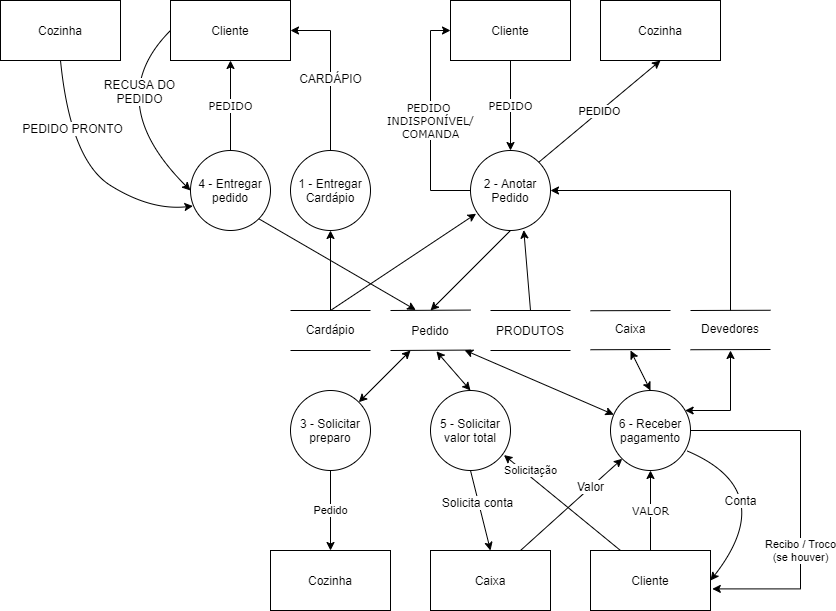
Earlier version of the draw.io export docs/ARTEFATOS(15-23)/ATENDIMENTO/DFD_ATENDIMENTO.png (Darienzo08/ope_ads). Source tidied: cells renumbered, new cells last; positions are measured from the earlier drawing's top-left corner, leaving out a move shared by most shapes.
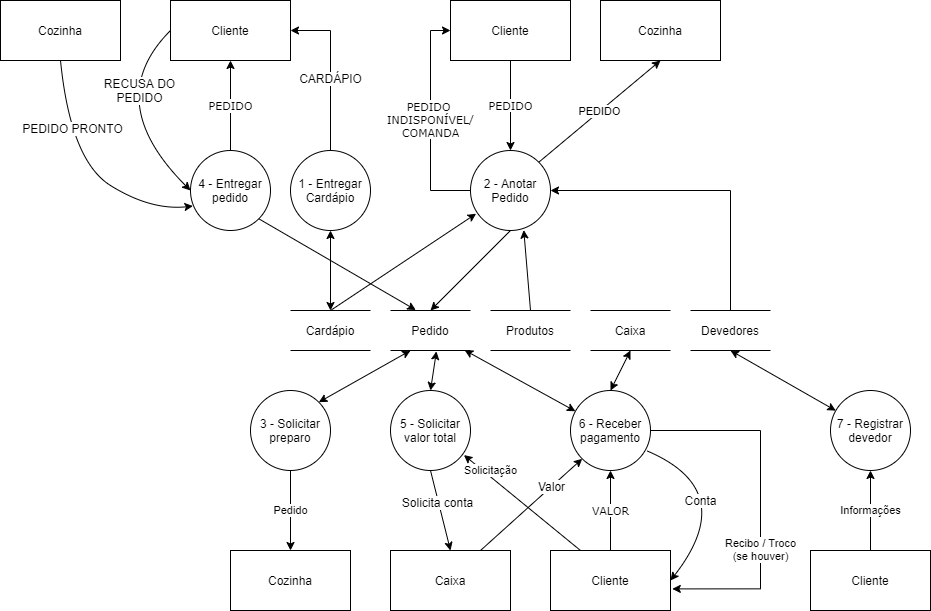
Above is the later version.

Diff of the diagram source:
```diff
@@ -2,162 +2,85 @@
   <root>
     <mxCell id="0" />
     <mxCell id="1" parent="0" />
-    <mxCell id="2" style="endArrow=none;html=1;" parent="1" edge="1">
-      <mxGeometry relative="1" as="geometry">
-        <mxPoint x="290" y="310" as="sourcePoint" />
-        <mxPoint x="370" y="310" as="targetPoint" />
-      </mxGeometry>
-    </mxCell>
-    <mxCell id="3" style="endArrow=none;html=1;" parent="1" edge="1">
-      <mxGeometry relative="1" as="geometry">
-        <mxPoint x="290" y="350" as="sourcePoint" />
-        <mxPoint x="370" y="350" as="targetPoint" />
-      </mxGeometry>
-    </mxCell>
-    <mxCell id="4" style="edgeStyle=orthogonalEdgeStyle;rounded=0;jettySize=auto;html=1;entryX=0.5;entryY=1;entryDx=0;entryDy=0;" parent="1" edge="1" target="38">
+    <mxCell id="4" style="edgeStyle=orthogonalEdgeStyle;rounded=0;jettySize=auto;html=1;entryX=0.5;entryY=1;entryDx=0;entryDy=0;startArrow=classic;startFill=1;" parent="1" edge="1" target="38">
       <mxGeometry relative="1" as="geometry">
-        <mxPoint x="330" y="310" as="sourcePoint" />
+        <mxPoint x="140" y="300" as="sourcePoint" />
       </mxGeometry>
     </mxCell>
-    <mxCell id="5" value="Cardápio" style="text;html=1;strokeColor=none;fillColor=none;align=center;verticalAlign=middle;whiteSpace=wrap;rounded=0;" parent="1" vertex="1">
-      <mxGeometry x="290" y="319.1" width="80" height="20" as="geometry" />
-    </mxCell>
-    <mxCell id="6" style="endArrow=none;html=1;exitX=0;exitY=0;exitDx=0;exitDy=0;" parent="1" edge="1" source="8">
-      <mxGeometry relative="1" as="geometry">
-        <mxPoint x="470" y="309.6" as="targetPoint" />
-      </mxGeometry>
-    </mxCell>
-    <mxCell id="7" style="endArrow=none;html=1;exitX=0;exitY=1;exitDx=0;exitDy=0;" parent="1" edge="1" source="8">
-      <mxGeometry relative="1" as="geometry">
-        <mxPoint x="470" y="349.6" as="targetPoint" />
-      </mxGeometry>
-    </mxCell>
-    <mxCell id="8" value="Pedido" style="text;html=1;strokeColor=none;fillColor=none;align=center;verticalAlign=middle;whiteSpace=wrap;rounded=0;" parent="1" vertex="1">
-      <mxGeometry x="390" y="310" width="80" height="40" as="geometry" />
-    </mxCell>
     <mxCell id="9" value="PEDIDO" style="edgeStyle=orthogonalEdgeStyle;rounded=0;jettySize=auto;html=1;entryX=0.5;entryY=0;entryDx=0;entryDy=0;fontFamily=Verdana;" parent="1" edge="1" source="10" target="12">
       <mxGeometry relative="1" as="geometry" />
     </mxCell>
     <mxCell id="10" value="Cliente" style="rounded=0;whiteSpace=wrap;html=1;" parent="1" vertex="1">
-      <mxGeometry x="450" width="120" height="60" as="geometry" />
+      <mxGeometry x="260" y="-10" width="120" height="60" as="geometry" />
     </mxCell>
     <mxCell id="11" value="&lt;div&gt;PEDIDO &lt;br&gt;&lt;/div&gt;&lt;div&gt;INDISPONÍVEL/&lt;/div&gt;&lt;div&gt;COMANDA&lt;br&gt;&lt;/div&gt;" style="edgeStyle=orthogonalEdgeStyle;rounded=0;jettySize=auto;html=1;entryX=0;entryY=0.5;entryDx=0;entryDy=0;fontColor=#000000;fontFamily=Verdana;" parent="1" edge="1" source="12" target="10">
       <mxGeometry relative="1" as="geometry">
         <Array as="points">
-          <mxPoint x="430" y="190" />
-          <mxPoint x="430" y="30" />
+          <mxPoint x="240" y="180" />
+          <mxPoint x="240" y="20" />
         </Array>
       </mxGeometry>
     </mxCell>
     <mxCell id="12" value="2 - Anotar Pedido" style="ellipse;whiteSpace=wrap;html=1;" parent="1" vertex="1">
-      <mxGeometry x="470" y="150" width="80" height="80" as="geometry" />
+      <mxGeometry x="280" y="140" width="80" height="80" as="geometry" />
     </mxCell>
     <mxCell id="13" style="endArrow=classic;html=1;entryX=0.07;entryY=0.79;entryDx=0;entryDy=0;entryPerimeter=0;" parent="1" edge="1" target="12">
       <mxGeometry relative="1" as="geometry">
-        <mxPoint x="330" y="310" as="sourcePoint" />
+        <mxPoint x="140" y="300" as="sourcePoint" />
       </mxGeometry>
     </mxCell>
-    <mxCell id="14" style="endArrow=none;html=1;" parent="1" edge="1">
-      <mxGeometry relative="1" as="geometry">
-        <mxPoint x="490" y="310" as="sourcePoint" />
-        <mxPoint x="570" y="310" as="targetPoint" />
-      </mxGeometry>
-    </mxCell>
-    <mxCell id="15" style="endArrow=none;html=1;" parent="1" edge="1">
-      <mxGeometry relative="1" as="geometry">
-        <mxPoint x="490" y="350" as="sourcePoint" />
-        <mxPoint x="570" y="350" as="targetPoint" />
-      </mxGeometry>
-    </mxCell>
-    <mxCell id="16" value="PRODUTOS" style="text;html=1;strokeColor=none;fillColor=none;align=center;verticalAlign=middle;whiteSpace=wrap;rounded=0;" parent="1" vertex="1">
-      <mxGeometry x="490" y="320" width="80" height="20" as="geometry" />
-    </mxCell>
     <mxCell id="17" value="&lt;font face=&quot;Verdana&quot;&gt;PEDIDO&lt;/font&gt;" style="edgeStyle=orthogonalEdgeStyle;rounded=0;jettySize=auto;html=1;entryX=0.5;entryY=1;entryDx=0;entryDy=0;" parent="1" edge="1" source="18" target="19">
       <mxGeometry relative="1" as="geometry" />
     </mxCell>
     <mxCell id="18" value="4 - Entregar pedido" style="ellipse;whiteSpace=wrap;html=1;" parent="1" vertex="1">
-      <mxGeometry x="190" y="150" width="80" height="80" as="geometry" />
+      <mxGeometry y="140" width="80" height="80" as="geometry" />
     </mxCell>
     <mxCell id="19" value="Cliente" style="rounded=0;whiteSpace=wrap;html=1;" parent="1" vertex="1">
-      <mxGeometry x="170" width="120" height="60" as="geometry" />
+      <mxGeometry x="-20" y="-10" width="120" height="60" as="geometry" />
     </mxCell>
-    <mxCell id="20" style="endArrow=none;html=1;" parent="1" edge="1">
-      <mxGeometry relative="1" as="geometry">
-        <mxPoint x="590" y="310.2" as="sourcePoint" />
-        <mxPoint x="670" y="310" as="targetPoint" />
-      </mxGeometry>
-    </mxCell>
-    <mxCell id="21" style="endArrow=none;html=1;" parent="1" edge="1">
-      <mxGeometry relative="1" as="geometry">
-        <mxPoint x="590" y="349.2" as="sourcePoint" />
-        <mxPoint x="670" y="349" as="targetPoint" />
-      </mxGeometry>
-    </mxCell>
-    <mxCell id="22" value="Caixa" style="text;html=1;strokeColor=none;fillColor=none;align=center;verticalAlign=middle;whiteSpace=wrap;rounded=0;" parent="1" vertex="1">
-      <mxGeometry x="590" y="317.8" width="80" height="20" as="geometry" />
-    </mxCell>
     <mxCell id="23" value="VALOR" style="edgeStyle=orthogonalEdgeStyle;rounded=0;jettySize=auto;html=1;entryX=0.5;entryY=1;entryDx=0;entryDy=0;fontFamily=Verdana;" parent="1" edge="1" source="24" target="27">
       <mxGeometry relative="1" as="geometry" />
     </mxCell>
     <mxCell id="24" value="Cliente" style="rounded=0;whiteSpace=wrap;html=1;" parent="1" vertex="1">
-      <mxGeometry x="590" y="550" width="120" height="60" as="geometry" />
+      <mxGeometry x="360" y="540" width="120" height="60" as="geometry" />
     </mxCell>
-    <mxCell id="25" style="edgeStyle=orthogonalEdgeStyle;rounded=0;jettySize=auto;html=1;startArrow=classic;startFill=1;" parent="1" edge="1" source="27">
-      <mxGeometry relative="1" as="geometry">
-        <mxPoint x="730" y="350" as="targetPoint" />
-        <Array as="points">
-          <mxPoint x="730" y="410" />
-        </Array>
-      </mxGeometry>
-    </mxCell>
     <mxCell id="26" value="Recibo / Troco&lt;br&gt;(se houver)" style="edgeStyle=orthogonalEdgeStyle;rounded=0;jettySize=auto;html=1;entryX=1.015;entryY=0.64;entryDx=0;entryDy=0;entryPerimeter=0;" parent="1" edge="1" source="27" target="24">
       <mxGeometry x="0.29" relative="1" as="geometry">
         <Array as="points">
-          <mxPoint x="800" y="430" />
-          <mxPoint x="800" y="588" />
+          <mxPoint x="570" y="420" />
+          <mxPoint x="570" y="578" />
         </Array>
       </mxGeometry>
     </mxCell>
     <mxCell id="27" value="&lt;div&gt;6 - Receber&lt;/div&gt;&lt;div&gt;pagamento&lt;br&gt;&lt;/div&gt;" style="ellipse;whiteSpace=wrap;html=1;" parent="1" vertex="1">
-      <mxGeometry x="610" y="390" width="80" height="80" as="geometry" />
+      <mxGeometry x="380" y="380" width="80" height="80" as="geometry" />
     </mxCell>
-    <mxCell id="28" style="endArrow=classic;html=1;exitX=0.926;exitY=0.991;exitDx=0;exitDy=0;exitPerimeter=0;startArrow=classic;startFill=1;" parent="1" edge="1" source="8" target="27">
-      <mxGeometry relative="1" as="geometry" />
+    <mxCell id="28" style="endArrow=classic;html=1;exitX=0.926;exitY=0.991;exitDx=0;exitDy=0;exitPerimeter=0;startArrow=classic;startFill=1;" parent="1" edge="1" target="27">
+      <mxGeometry relative="1" as="geometry">
+        <mxPoint x="274.1" y="339.6" as="sourcePoint" />
+      </mxGeometry>
     </mxCell>
-    <mxCell id="29" style="endArrow=classic;html=1;fontFamily=Verdana;fontColor=#000000;exitX=0.5;exitY=1;exitDx=0;exitDy=0;entryX=0.5;entryY=0;entryDx=0;entryDy=0;" parent="1" edge="1" source="12" target="8">
-      <mxGeometry relative="1" as="geometry" />
+    <mxCell id="29" style="endArrow=classic;html=1;fontFamily=Verdana;fontColor=#000000;exitX=0.5;exitY=1;exitDx=0;exitDy=0;entryX=0.5;entryY=0;entryDx=0;entryDy=0;" parent="1" edge="1" source="12">
+      <mxGeometry relative="1" as="geometry">
+        <mxPoint x="240" y="300" as="targetPoint" />
+      </mxGeometry>
     </mxCell>
     <mxCell id="30" style="endArrow=classic;html=1;fontFamily=Verdana;fontColor=#000000;entryX=0.666;entryY=0.995;entryDx=0;entryDy=0;entryPerimeter=0;" parent="1" edge="1" target="12">
       <mxGeometry relative="1" as="geometry">
-        <mxPoint x="530" y="310" as="sourcePoint" />
+        <mxPoint x="340" y="300" as="sourcePoint" />
       </mxGeometry>
     </mxCell>
-    <mxCell id="31" style="endArrow=none;html=1;" parent="1" edge="1">
-      <mxGeometry relative="1" as="geometry">
-        <mxPoint x="690" y="310" as="sourcePoint" />
-        <mxPoint x="770" y="309.8" as="targetPoint" />
-      </mxGeometry>
-    </mxCell>
-    <mxCell id="32" style="endArrow=none;html=1;" parent="1" edge="1">
-      <mxGeometry relative="1" as="geometry">
-        <mxPoint x="690" y="349.2" as="sourcePoint" />
-        <mxPoint x="770" y="349" as="targetPoint" />
-      </mxGeometry>
-    </mxCell>
     <mxCell id="33" style="edgeStyle=orthogonalEdgeStyle;rounded=0;jettySize=auto;html=1;entryX=1;entryY=0.5;entryDx=0;entryDy=0;" parent="1" edge="1" target="12">
       <mxGeometry relative="1" as="geometry">
-        <mxPoint x="730" y="310" as="sourcePoint" />
+        <mxPoint x="540" y="300" as="sourcePoint" />
         <Array as="points">
-          <mxPoint x="730" y="190" />
+          <mxPoint x="540" y="180" />
         </Array>
       </mxGeometry>
     </mxCell>
-    <mxCell id="34" value="Devedores" style="text;html=1;strokeColor=none;fillColor=none;align=center;verticalAlign=middle;whiteSpace=wrap;rounded=0;" parent="1" vertex="1">
-      <mxGeometry x="690" y="317.8" width="80" height="20" as="geometry" />
-    </mxCell>
     <mxCell id="35" style="endArrow=classic;html=1;exitX=0.5;exitY=0;exitDx=0;exitDy=0;startArrow=classic;startFill=1;" parent="1" edge="1" source="27">
       <mxGeometry relative="1" as="geometry">
-        <mxPoint x="630" y="350" as="targetPoint" />
+        <mxPoint x="440" y="340" as="targetPoint" />
       </mxGeometry>
     </mxCell>
     <mxCell id="36" style="edgeStyle=orthogonalEdgeStyle;rounded=0;jettySize=auto;html=1;entryX=1;entryY=0.5;entryDx=0;entryDy=0;" parent="1" edge="1" source="38" target="19">
@@ -167,10 +90,10 @@
       <mxGeometry x="-0.09" y="1" relative="1" as="geometry" />
     </mxCell>
     <mxCell id="38" value="1 - Entregar&lt;br&gt;Cardápio" style="ellipse;whiteSpace=wrap;html=1;" parent="1" vertex="1">
-      <mxGeometry x="290" y="150" width="80" height="80" as="geometry" />
+      <mxGeometry x="100" y="140" width="80" height="80" as="geometry" />
     </mxCell>
     <mxCell id="39" value="Cozinha" style="rounded=0;whiteSpace=wrap;html=1;" parent="1" vertex="1">
-      <mxGeometry x="600" width="120" height="60" as="geometry" />
+      <mxGeometry x="410" y="-10" width="120" height="60" as="geometry" />
     </mxCell>
     <mxCell id="40" value="PEDIDO" style="endArrow=classic;html=1;entryX=0.5;entryY=1;entryDx=0;entryDy=0;exitX=1;exitY=0;exitDx=0;exitDy=0;" parent="1" edge="1" source="12" target="39">
       <mxGeometry relative="1" as="geometry" />
@@ -178,7 +101,7 @@
     <mxCell id="41" style="curved=1;endArrow=classic;html=1;exitX=0;exitY=0.5;exitDx=0;exitDy=0;entryX=0;entryY=0.5;entryDx=0;entryDy=0;" parent="1" edge="1" source="19" target="18">
       <mxGeometry relative="1" as="geometry">
         <Array as="points">
-          <mxPoint x="100" y="100" />
+          <mxPoint x="-90" y="90" />
         </Array>
       </mxGeometry>
     </mxCell>
@@ -186,46 +109,50 @@
       <mxGeometry x="-0.42" y="20" relative="1" as="geometry" />
     </mxCell>
     <mxCell id="43" value="Cozinha" style="rounded=0;whiteSpace=wrap;html=1;" parent="1" vertex="1">
-      <mxGeometry width="120" height="60" as="geometry" />
+      <mxGeometry x="-190" y="-10" width="120" height="60" as="geometry" />
     </mxCell>
     <mxCell id="44" style="curved=1;endArrow=classic;html=1;exitX=0.5;exitY=1;exitDx=0;exitDy=0;entryX=0.03;entryY=0.695;entryDx=0;entryDy=0;entryPerimeter=0;" parent="1" edge="1" source="43" target="18">
       <mxGeometry relative="1" as="geometry">
         <Array as="points">
-          <mxPoint x="70" y="160" />
-          <mxPoint x="150" y="210" />
+          <mxPoint x="-120" y="150" />
+          <mxPoint x="-40" y="200" />
         </Array>
       </mxGeometry>
     </mxCell>
     <mxCell id="45" value="PEDIDO PRONTO" style="text;html=1;align=center;verticalAlign=middle;labelBackgroundColor=#ffffff;" parent="44" vertex="1">
       <mxGeometry x="-0.43" y="5" relative="1" as="geometry" />
     </mxCell>
-    <mxCell id="46" style="endArrow=classic;html=1;entryX=0.316;entryY=-0.012;entryDx=0;entryDy=0;entryPerimeter=0;exitX=1;exitY=1;exitDx=0;exitDy=0;" parent="1" edge="1" source="18" target="8">
-      <mxGeometry relative="1" as="geometry" />
+    <mxCell id="46" style="endArrow=classic;html=1;entryX=0.316;entryY=-0.012;entryDx=0;entryDy=0;entryPerimeter=0;exitX=1;exitY=1;exitDx=0;exitDy=0;" parent="1" edge="1" source="18">
+      <mxGeometry relative="1" as="geometry">
+        <mxPoint x="225.3" y="299.5" as="targetPoint" />
+      </mxGeometry>
     </mxCell>
     <mxCell id="47" value="Pedido" style="edgeStyle=orthogonalEdgeStyle;rounded=0;jettySize=auto;html=1;entryX=0.5;entryY=0;entryDx=0;entryDy=0;" parent="1" edge="1" source="48" target="50">
       <mxGeometry relative="1" as="geometry" />
     </mxCell>
     <mxCell id="48" value="3 - Solicitar&lt;br&gt;preparo" style="ellipse;whiteSpace=wrap;html=1;" parent="1" vertex="1">
-      <mxGeometry x="290" y="390" width="80" height="80" as="geometry" />
+      <mxGeometry x="60" y="380" width="80" height="80" as="geometry" />
     </mxCell>
     <mxCell id="49" style="endArrow=classic;startArrow=classic;html=1;exitX=1;exitY=0;exitDx=0;exitDy=0;" parent="1" edge="1" source="48">
       <mxGeometry relative="1" as="geometry">
-        <mxPoint x="410" y="350" as="targetPoint" />
+        <mxPoint x="220" y="340" as="targetPoint" />
       </mxGeometry>
     </mxCell>
     <mxCell id="50" value="Cozinha" style="rounded=0;whiteSpace=wrap;html=1;" parent="1" vertex="1">
-      <mxGeometry x="270" y="550" width="120" height="60" as="geometry" />
+      <mxGeometry x="40" y="540" width="120" height="60" as="geometry" />
     </mxCell>
     <mxCell id="51" value="5 - Solicitar&lt;br&gt;valor total" style="ellipse;whiteSpace=wrap;html=1;" parent="1" vertex="1">
-      <mxGeometry x="430" y="390" width="80" height="80" as="geometry" />
+      <mxGeometry x="200" y="380" width="80" height="80" as="geometry" />
     </mxCell>
-    <mxCell id="52" style="endArrow=classic;startArrow=classic;html=1;entryX=0.574;entryY=1.022;entryDx=0;entryDy=0;entryPerimeter=0;exitX=0.5;exitY=0;exitDx=0;exitDy=0;" parent="1" edge="1" source="51" target="8">
-      <mxGeometry relative="1" as="geometry" />
+    <mxCell id="52" style="endArrow=classic;startArrow=classic;html=1;entryX=0.574;entryY=1.022;entryDx=0;entryDy=0;entryPerimeter=0;exitX=0.5;exitY=0;exitDx=0;exitDy=0;" parent="1" edge="1" source="51">
+      <mxGeometry relative="1" as="geometry">
+        <mxPoint x="245.9" y="340.9" as="targetPoint" />
+      </mxGeometry>
     </mxCell>
     <mxCell id="53" style="curved=1;endArrow=classic;html=1;exitX=0.954;exitY=0.754;exitDx=0;exitDy=0;entryX=1;entryY=0.5;entryDx=0;entryDy=0;exitPerimeter=0;" parent="1" edge="1" source="27" target="24">
       <mxGeometry relative="1" as="geometry">
         <Array as="points">
-          <mxPoint x="780" y="490" />
+          <mxPoint x="550" y="480" />
         </Array>
       </mxGeometry>
     </mxCell>
@@ -235,7 +162,7 @@
       </mxGeometry>
     </mxCell>
     <mxCell id="55" value="Caixa" style="rounded=0;whiteSpace=wrap;html=1;" parent="1" vertex="1">
-      <mxGeometry x="430" y="550" width="120" height="60" as="geometry" />
+      <mxGeometry x="200" y="540" width="120" height="60" as="geometry" />
     </mxCell>
     <mxCell id="56" value="Solicitação" style="endArrow=classic;html=1;exitX=0.25;exitY=0;exitDx=0;exitDy=0;entryX=0.918;entryY=0.807;entryDx=0;entryDy=0;entryPerimeter=0;" parent="1" edge="1" source="24" target="51">
       <mxGeometry x="0.6" y="-5" relative="1" as="geometry" />
@@ -248,11 +175,44 @@
     </mxCell>
     <mxCell id="59" style="endArrow=classic;html=1;entryX=0;entryY=1;entryDx=0;entryDy=0;" parent="1" edge="1" target="27">
       <mxGeometry relative="1" as="geometry">
-        <mxPoint x="520" y="550" as="sourcePoint" />
+        <mxPoint x="290" y="540" as="sourcePoint" />
       </mxGeometry>
     </mxCell>
     <mxCell id="60" value="Valor" style="text;html=1;align=center;verticalAlign=middle;labelBackgroundColor=#ffffff;" parent="59" vertex="1">
       <mxGeometry x="0.38" y="1" relative="1" as="geometry" />
     </mxCell>
+    <mxCell id="61" value="Caixa" style="shape=partialRectangle;whiteSpace=wrap;html=1;left=0;right=0;fillColor=none;" parent="1" vertex="1">
+      <mxGeometry x="400" y="300" width="80" height="40" as="geometry" />
+    </mxCell>
+    <mxCell id="62" value="Produtos" style="shape=partialRectangle;whiteSpace=wrap;html=1;left=0;right=0;fillColor=none;" parent="1" vertex="1">
+      <mxGeometry x="300" y="300" width="80" height="40" as="geometry" />
+    </mxCell>
+    <mxCell id="8" value="Pedido" style="shape=partialRectangle;whiteSpace=wrap;html=1;left=0;right=0;fillColor=none;" parent="1" vertex="1">
+      <mxGeometry x="200" y="300" width="80" height="40" as="geometry" />
+    </mxCell>
+    <mxCell id="5" value="Cardápio" style="shape=partialRectangle;whiteSpace=wrap;html=1;left=0;right=0;fillColor=none;" parent="1" vertex="1">
+      <mxGeometry x="100" y="300" width="80" height="40" as="geometry" />
+    </mxCell>
+    <mxCell id="63" value="Cozinha" style="rounded=0;whiteSpace=wrap;html=1;" parent="1" vertex="1">
+      <mxGeometry x="410" y="-10" width="120" height="60" as="geometry" />
+    </mxCell>
+    <mxCell id="64" value="Caixa" style="rounded=0;whiteSpace=wrap;html=1;" parent="1" vertex="1">
+      <mxGeometry x="200" y="540" width="120" height="60" as="geometry" />
+    </mxCell>
+    <mxCell id="65" value="Informações" style="edgeStyle=orthogonalEdgeStyle;rounded=0;jettySize=auto;html=1;entryX=0.5;entryY=1;entryDx=0;entryDy=0;fontFamily=Helvetica;" parent="1" edge="1" source="66" target="67">
+      <mxGeometry relative="1" as="geometry" />
+    </mxCell>
+    <mxCell id="66" value="Cliente" style="rounded=0;whiteSpace=wrap;html=1;" parent="1" vertex="1">
+      <mxGeometry x="620" y="540" width="120" height="60" as="geometry" />
+    </mxCell>
+    <mxCell id="67" value="&lt;div&gt;7 - Registrar devedor&lt;/div&gt;" style="ellipse;whiteSpace=wrap;html=1;" parent="1" vertex="1">
+      <mxGeometry x="640" y="380" width="80" height="80" as="geometry" />
+    </mxCell>
+    <mxCell id="34" value="Devedores" style="shape=partialRectangle;whiteSpace=wrap;html=1;left=0;right=0;fillColor=none;" parent="1" vertex="1">
+      <mxGeometry x="500" y="300" width="80" height="40" as="geometry" />
+    </mxCell>
+    <mxCell id="68" style="endArrow=classic;startArrow=classic;html=1;fontFamily=Helvetica;exitX=0.5;exitY=1;exitDx=0;exitDy=0;" parent="1" edge="1" source="34" target="67">
+      <mxGeometry relative="1" as="geometry" />
+    </mxCell>
   </root>
 </mxGraphModel>
```
